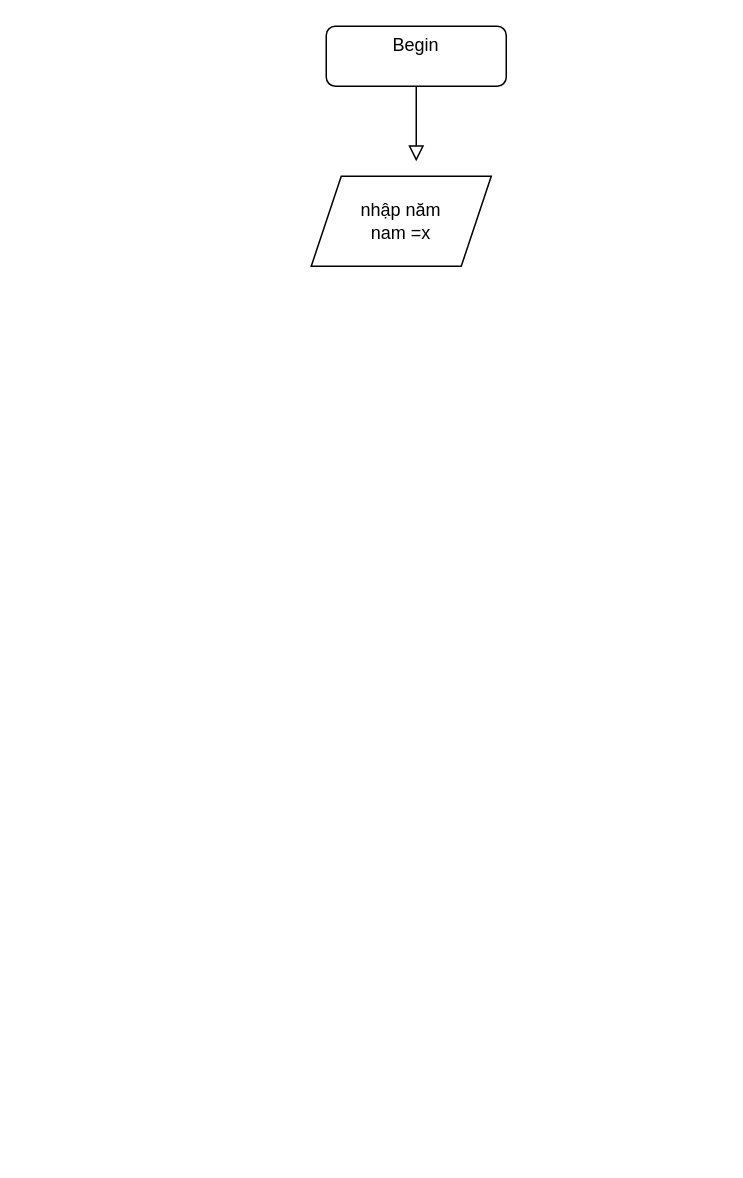
LongLee-hub/myproject keeps this draw.io diagram as JavaScripts/bai-tap-if-else-switch-case/kiem-tra-nam-nhuan.drawio. Above is the earlier version. Source tidied: cells renumbered, new cells numbered last; positions are measured from the earlier drawing's top-left corner, leaving out a move shared by most shapes. Both pictures are drawn from the tidied source at 150%, with x=0, y=0 at pixel (310, 26).
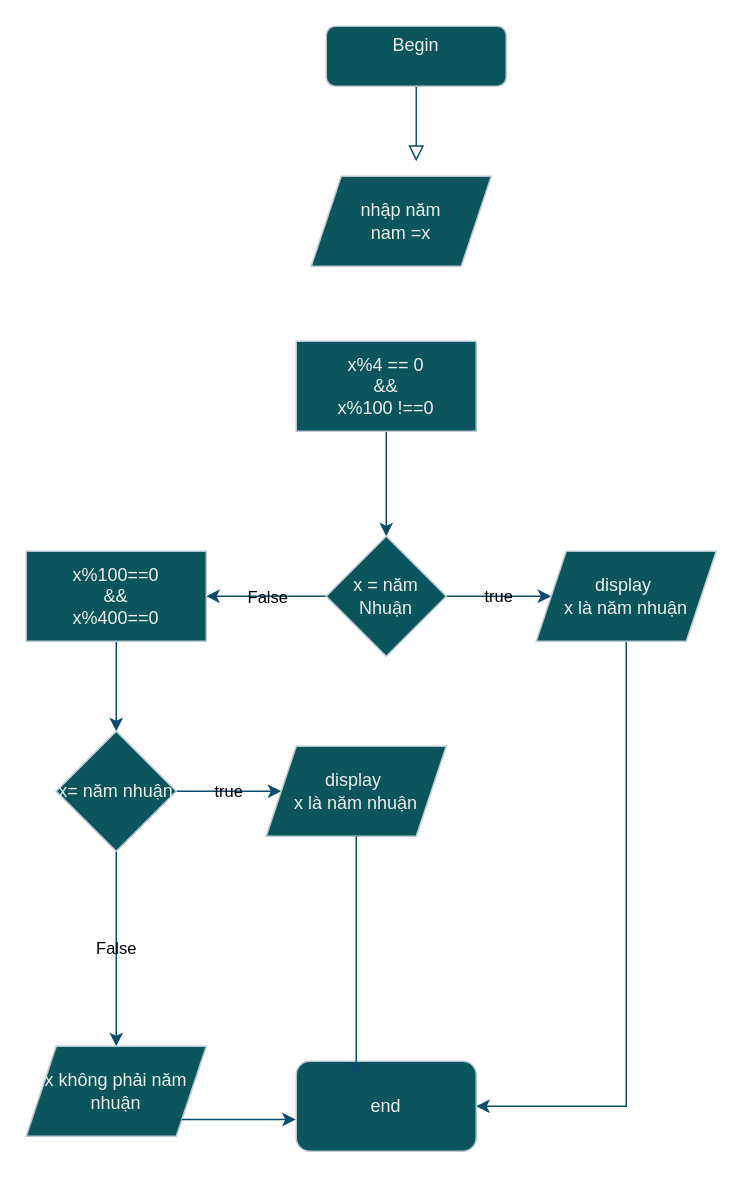
The same diagram, later.

Commit message (it also covers changes not shown here):
bai tap nam nhuan

What changed in the source:
```diff
@@
-    <mxCell id="2" style="rounded=0;html=1;jettySize=auto;fontSize=11;endArrow=block;endFill=0;endSize=8;strokeWidth=1;shadow=0;labelBackgroundColor=none;edgeStyle=orthogonalEdgeStyle;" parent="1" edge="1" source="3">
+    <mxCell id="2" style="rounded=0;html=1;jettySize=auto;fontSize=11;endArrow=block;endFill=0;endSize=8;strokeWidth=1;shadow=0;labelBackgroundColor=none;edgeStyle=orthogonalEdgeStyle;strokeColor=#0B4D6A;fontColor=default;" parent="1" edge="1" source="3">
       <mxGeometry relative="1" as="geometry">
         <mxPoint x="70" y="90" as="targetPoint" />
       </mxGeometry>
     </mxCell>
-    <mxCell id="3" value="Begin&lt;div&gt;&lt;br&gt;&lt;/div&gt;" style="rounded=1;whiteSpace=wrap;html=1;fontSize=12;glass=0;strokeWidth=1;shadow=0;" parent="1" vertex="1">
+    <mxCell id="3" value="Begin&lt;div&gt;&lt;br&gt;&lt;/div&gt;" style="rounded=1;whiteSpace=wrap;html=1;fontSize=12;glass=0;strokeWidth=1;shadow=0;labelBackgroundColor=none;fillColor=#09555B;strokeColor=#BAC8D3;fontColor=#EEEEEE;" parent="1" vertex="1">
       <mxGeometry x="10" width="120" height="40" as="geometry" />
     </mxCell>
-    <mxCell id="4" value="nhập năm&lt;div&gt;nam =x&lt;/div&gt;" style="shape=parallelogram;perimeter=parallelogramPerimeter;whiteSpace=wrap;html=1;fixedSize=1;" parent="1" vertex="1">
+    <mxCell id="4" value="nhập năm&lt;div&gt;nam =x&lt;/div&gt;" style="shape=parallelogram;perimeter=parallelogramPerimeter;whiteSpace=wrap;html=1;fixedSize=1;labelBackgroundColor=none;fillColor=#09555B;strokeColor=#BAC8D3;fontColor=#EEEEEE;" parent="1" vertex="1">
       <mxGeometry y="100" width="120" height="60" as="geometry" />
     </mxCell>
+    <mxCell id="5" style="edgeStyle=orthogonalEdgeStyle;rounded=0;jettySize=auto;html=1;labelBackgroundColor=none;strokeColor=#0B4D6A;fontColor=default;" parent="1" edge="1" source="6" target="9">
+      <mxGeometry relative="1" as="geometry" />
+    </mxCell>
+    <mxCell id="6" value="x%4 == 0&lt;div&gt;&amp;amp;&amp;amp;&lt;/div&gt;&lt;div&gt;x%100 !==0&lt;/div&gt;" style="whiteSpace=wrap;html=1;labelBackgroundColor=none;fillColor=#09555B;strokeColor=#BAC8D3;fontColor=#EEEEEE;" parent="1" vertex="1">
+      <mxGeometry x="-10" y="210" width="120" height="60" as="geometry" />
+    </mxCell>
+    <mxCell id="7" value="true" style="edgeStyle=orthogonalEdgeStyle;rounded=0;jettySize=auto;html=1;labelBackgroundColor=none;strokeColor=#0B4D6A;fontColor=default;" parent="1" edge="1" source="9" target="11">
+      <mxGeometry relative="1" as="geometry" />
+    </mxCell>
+    <mxCell id="8" value="False" style="edgeStyle=orthogonalEdgeStyle;rounded=0;jettySize=auto;html=1;labelBackgroundColor=none;strokeColor=#0B4D6A;fontColor=default;" parent="1" edge="1" source="9">
+      <mxGeometry relative="1" as="geometry">
+        <mxPoint x="-70" y="380" as="targetPoint" />
+      </mxGeometry>
+    </mxCell>
+    <mxCell id="9" value="x = năm Nhuận" style="rhombus;whiteSpace=wrap;html=1;labelBackgroundColor=none;fillColor=#09555B;strokeColor=#BAC8D3;fontColor=#EEEEEE;" parent="1" vertex="1">
+      <mxGeometry x="10" y="340" width="80" height="80" as="geometry" />
+    </mxCell>
+    <mxCell id="10" style="edgeStyle=orthogonalEdgeStyle;rounded=0;jettySize=auto;html=1;entryX=1;entryY=0.5;entryDx=0;entryDy=0;labelBackgroundColor=none;strokeColor=#0B4D6A;fontColor=default;" parent="1" edge="1" source="11" target="19">
+      <mxGeometry relative="1" as="geometry">
+        <Array as="points">
+          <mxPoint x="210" y="720" />
+        </Array>
+      </mxGeometry>
+    </mxCell>
+    <mxCell id="11" value="display&amp;nbsp;&lt;div&gt;x là năm nhuận&lt;/div&gt;" style="shape=parallelogram;perimeter=parallelogramPerimeter;whiteSpace=wrap;html=1;fixedSize=1;labelBackgroundColor=none;fillColor=#09555B;strokeColor=#BAC8D3;fontColor=#EEEEEE;" parent="1" vertex="1">
+      <mxGeometry x="150" y="350" width="120" height="60" as="geometry" />
+    </mxCell>
+    <mxCell id="12" style="edgeStyle=orthogonalEdgeStyle;rounded=0;jettySize=auto;html=1;labelBackgroundColor=none;strokeColor=#0B4D6A;fontColor=default;" parent="1" edge="1" source="13" target="16">
+      <mxGeometry relative="1" as="geometry" />
+    </mxCell>
+    <mxCell id="13" value="x%100==0&lt;div&gt;&amp;amp;&amp;amp;&lt;/div&gt;&lt;div&gt;x%400==0&lt;/div&gt;" style="whiteSpace=wrap;html=1;labelBackgroundColor=none;fillColor=#09555B;strokeColor=#BAC8D3;fontColor=#EEEEEE;" parent="1" vertex="1">
+      <mxGeometry x="-190" y="350" width="120" height="60" as="geometry" />
+    </mxCell>
+    <mxCell id="14" value="true" style="edgeStyle=orthogonalEdgeStyle;rounded=0;jettySize=auto;html=1;labelBackgroundColor=none;strokeColor=#0B4D6A;fontColor=default;" parent="1" edge="1" source="16" target="17">
+      <mxGeometry relative="1" as="geometry" />
+    </mxCell>
+    <mxCell id="15" value="False" style="edgeStyle=orthogonalEdgeStyle;rounded=0;jettySize=auto;html=1;labelBackgroundColor=none;strokeColor=#0B4D6A;fontColor=default;" parent="1" edge="1" source="16" target="18">
+      <mxGeometry relative="1" as="geometry">
+        <Array as="points">
+          <mxPoint x="-130" y="580" />
+          <mxPoint x="-130" y="580" />
+        </Array>
+      </mxGeometry>
+    </mxCell>
+    <mxCell id="16" value="x= năm nhuận" style="rhombus;whiteSpace=wrap;html=1;labelBackgroundColor=none;fillColor=#09555B;strokeColor=#BAC8D3;fontColor=#EEEEEE;" parent="1" vertex="1">
+      <mxGeometry x="-170" y="470" width="80" height="80" as="geometry" />
+    </mxCell>
+    <mxCell id="17" value="display&amp;nbsp;&lt;div&gt;x là năm nhuận&lt;/div&gt;" style="shape=parallelogram;perimeter=parallelogramPerimeter;whiteSpace=wrap;html=1;fixedSize=1;labelBackgroundColor=none;fillColor=#09555B;strokeColor=#BAC8D3;fontColor=#EEEEEE;" parent="1" vertex="1">
+      <mxGeometry x="-30" y="480" width="120" height="60" as="geometry" />
+    </mxCell>
+    <mxCell id="18" value="x không phải năm&lt;div&gt;nhuận&lt;/div&gt;" style="shape=parallelogram;perimeter=parallelogramPerimeter;whiteSpace=wrap;html=1;fixedSize=1;labelBackgroundColor=none;fillColor=#09555B;strokeColor=#BAC8D3;fontColor=#EEEEEE;" parent="1" vertex="1">
+      <mxGeometry x="-190" y="680" width="120" height="60" as="geometry" />
+    </mxCell>
+    <mxCell id="19" value="end" style="rounded=1;whiteSpace=wrap;html=1;labelBackgroundColor=none;fillColor=#09555B;strokeColor=#BAC8D3;fontColor=#EEEEEE;" parent="1" vertex="1">
+      <mxGeometry x="-10" y="690" width="120" height="60" as="geometry" />
+    </mxCell>
+    <mxCell id="20" style="edgeStyle=orthogonalEdgeStyle;rounded=0;jettySize=auto;html=1;entryX=0.333;entryY=0.167;entryDx=0;entryDy=0;entryPerimeter=0;labelBackgroundColor=none;strokeColor=#0B4D6A;fontColor=default;" parent="1" edge="1" source="17" target="19">
+      <mxGeometry relative="1" as="geometry" />
+    </mxCell>
+    <mxCell id="21" style="edgeStyle=orthogonalEdgeStyle;rounded=0;jettySize=auto;html=1;entryX=-0.003;entryY=0.647;entryDx=0;entryDy=0;entryPerimeter=0;labelBackgroundColor=none;strokeColor=#0B4D6A;fontColor=default;" parent="1" edge="1" source="18" target="19">
+      <mxGeometry relative="1" as="geometry">
+        <Array as="points">
+          <mxPoint x="-130" y="729" />
+        </Array>
+      </mxGeometry>
+    </mxCell>
```
